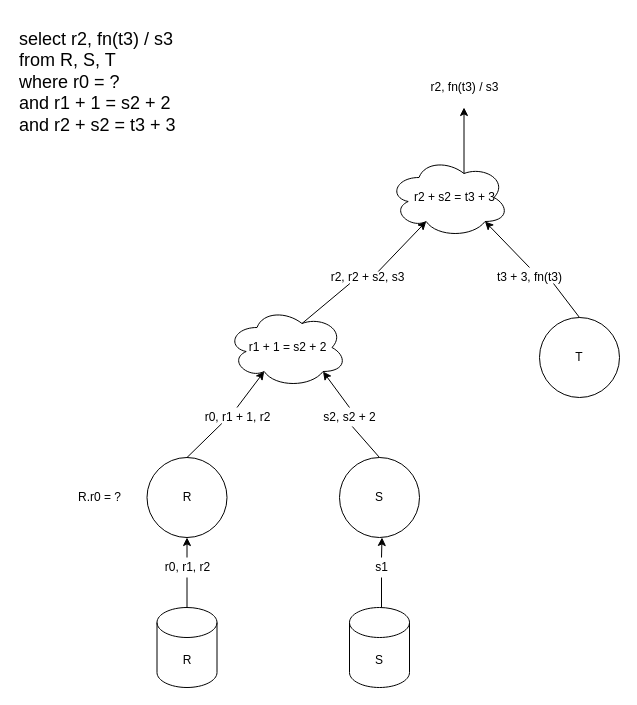
Above: flow.drawio in adarshpannu/kona (draw.io), before the change. Source tidied: cells renumbered, new cells numbered last; positions are measured from the earlier drawing's top-left corner, leaving out a move shared by most shapes. Both pictures are drawn from the tidied source at 100%, with x=0, y=0 at pixel (17, 37).
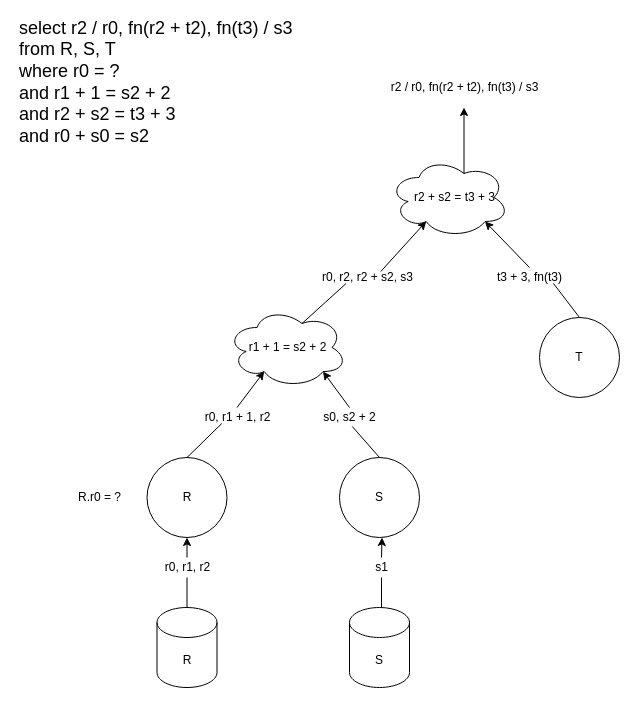
The same diagram, later.

Change to the diagram source:
```diff
@@
-    <mxCell id="3" value="&lt;span style=&quot;font-size: 18px&quot;&gt;select r2, fn(t3) / s3&lt;br&gt;from R, S, T &lt;br&gt;where r0 = ? &lt;br&gt;and r1 + 1 = s2 + 2 &lt;br&gt;and r2 + s2 = t3 + 3&lt;/span&gt;" style="text;html=1;align=left;verticalAlign=middle;fillColor=none;strokeColor=none;rounded=0;" parent="1" vertex="1">
-      <mxGeometry x="-0.5" width="170" height="90" as="geometry" />
+    <mxCell id="3" value="&lt;span style=&quot;font-size: 18px&quot;&gt;select r2 / r0, fn(r2 + t2), fn(t3) / s3&lt;br&gt;from R, S, T &lt;br&gt;where r0 = ? &lt;br&gt;and r1 + 1 = s2 + 2 &lt;br&gt;and r2 + s2 = t3 + 3&lt;br&gt;and r0 + s0 = s2&lt;br&gt;&lt;/span&gt;" style="text;html=1;align=left;verticalAlign=middle;fillColor=none;strokeColor=none;rounded=0;" parent="1" vertex="1">
+      <mxGeometry x="-0.5" y="-5" width="290" height="100" as="geometry" />
     </mxCell>
@@
-    <mxCell id="22" value="s2, s2 + 2" style="text;html=1;align=center;verticalAlign=middle;points=[];strokeColor=none;fillColor=none;" parent="1" vertex="1">
+    <mxCell id="22" value="s0, s2 + 2" style="text;html=1;align=center;verticalAlign=middle;points=[];strokeColor=none;fillColor=none;" parent="1" vertex="1">
       <mxGeometry x="297" y="370" width="70" height="20" as="geometry" />
     </mxCell>
@@
-    <mxCell id="28" value="r2, r2 + s2, s3" style="text;html=1;align=center;verticalAlign=middle;points=[];strokeColor=none;fillColor=none;" parent="1" vertex="1">
-      <mxGeometry x="304.5" y="230" width="90" height="20" as="geometry" />
+    <mxCell id="28" value="r0, r2, r2 + s2, s3" style="text;html=1;align=center;verticalAlign=middle;points=[];strokeColor=none;fillColor=none;" parent="1" vertex="1">
+      <mxGeometry x="294.5" y="230" width="110" height="20" as="geometry" />
     </mxCell>
@@
-    <mxCell id="32" value="r2, fn(t3) / s3" style="text;html=1;align=center;verticalAlign=middle;strokeColor=none;fillColor=none;" parent="1" vertex="1">
-      <mxGeometry x="407" y="40" width="80" height="20" as="geometry" />
+    <mxCell id="32" value="r2 / r0, fn(r2 + t2), fn(t3) / s3" style="text;html=1;align=center;verticalAlign=middle;strokeColor=none;fillColor=none;" parent="1" vertex="1">
+      <mxGeometry x="367" y="40" width="160" height="20" as="geometry" />
     </mxCell>
```
